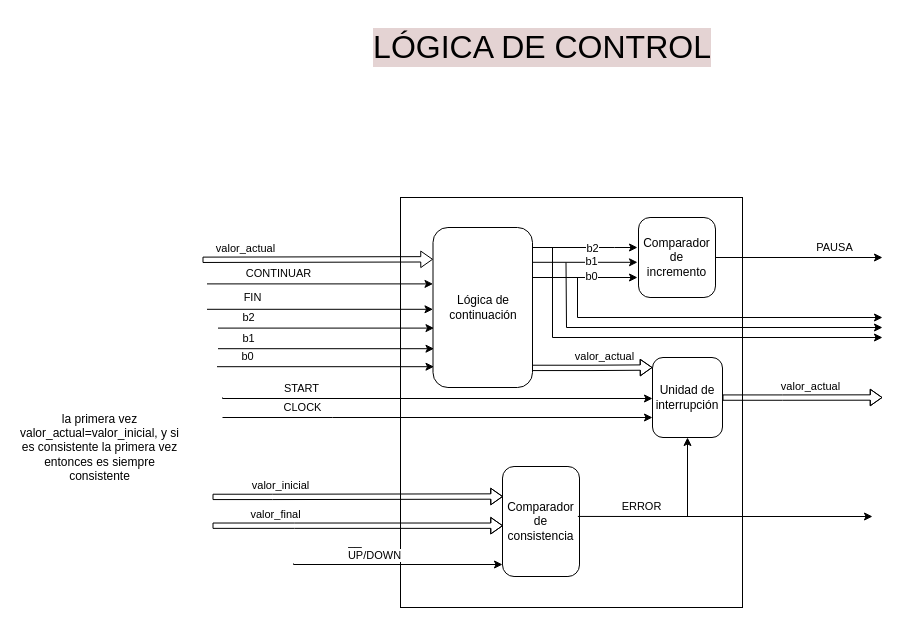
Above: page "LógicaDeControl" (5 of 5) of Integrador/Integrador.drawio in albertinap/IDL (draw.io), before the change. Source tidied: cells renumbered, new cells numbered last; positions are measured from the earlier drawing's top-left corner, leaving out a move shared by most shapes. Both pictures are drawn from the tidied source at 100%, with x=0, y=0 at pixel (17, 17).
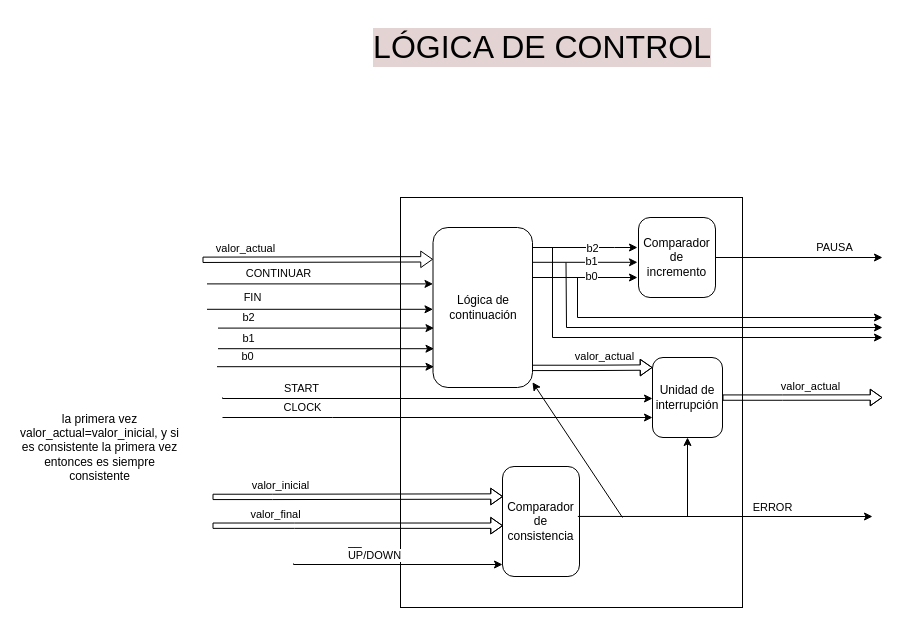
The same page after the edit.

Unchanged cells that the change refers to:
```xml
<mxCell id="26" value="Comparador de consistencia" style="rounded=1;whiteSpace=wrap;html=1;" parent="1" vertex="1">
  <mxGeometry x="485" y="449" width="77" height="110" as="geometry" />
</mxCell>
<mxCell id="31" value="Lógica de continuación" style="rounded=1;whiteSpace=wrap;html=1;" parent="1" vertex="1">
  <mxGeometry x="415.5" y="210" width="99.5" height="160" as="geometry" />
</mxCell>
<mxCell id="41" value="Unidad de interrupción" style="rounded=1;whiteSpace=wrap;html=1;" parent="1" vertex="1">
  <mxGeometry x="635" y="340" width="70" height="80" as="geometry" />
</mxCell>
```

The edit, as a diff of the source:
```diff
@@
     <mxCell id="40" value="ERROR" style="endArrow=classic;html=1;rounded=0;exitX=0.979;exitY=0.454;exitDx=0;exitDy=0;exitPerimeter=0;" parent="1" edge="1" source="26" target="41">
-      <mxGeometry x="-0.32" y="10" relative="1" as="geometry">
+      <mxGeometry x="0.26" y="-85" relative="1" as="geometry">
         <Array as="points">
           <mxPoint x="670" y="499" />
         </Array>
       </mxGeometry>
     </mxCell>
@@
+    <mxCell id="47" style="endArrow=classic;html=1;rounded=0;" parent="1" edge="1" target="31">
+      <mxGeometry relative="1" as="geometry">
+        <mxPoint x="605" y="500" as="sourcePoint" />
+      </mxGeometry>
+    </mxCell>
```
